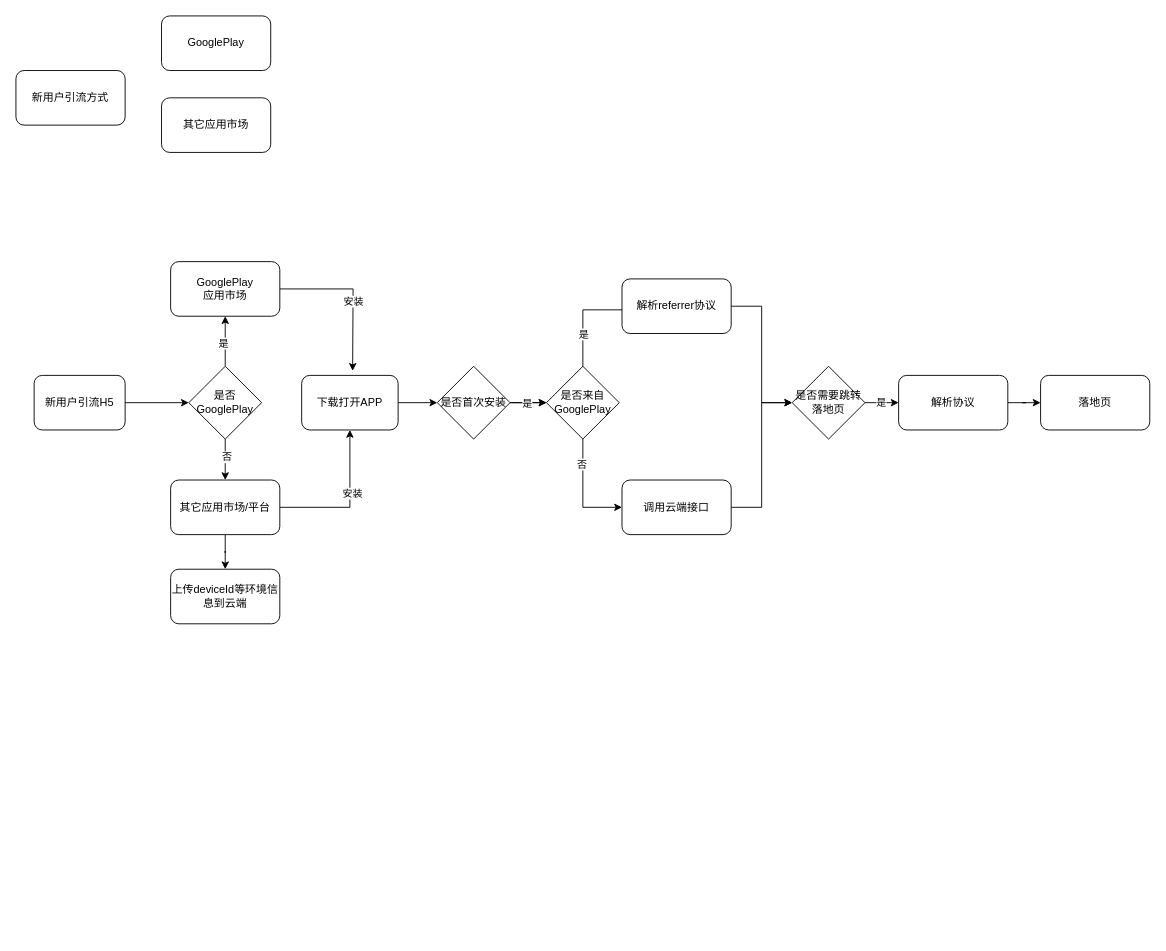
This is newuser_flow.drawio from hardygege/work, a draw.io file, before an edit. Source tidied: cells renumbered, new cells numbered last; positions are measured from the earlier drawing's top-left corner, leaving out a move shared by most shapes. Both pictures are drawn from the tidied source at 91%, with x=0, y=0 at pixel (15, 15).
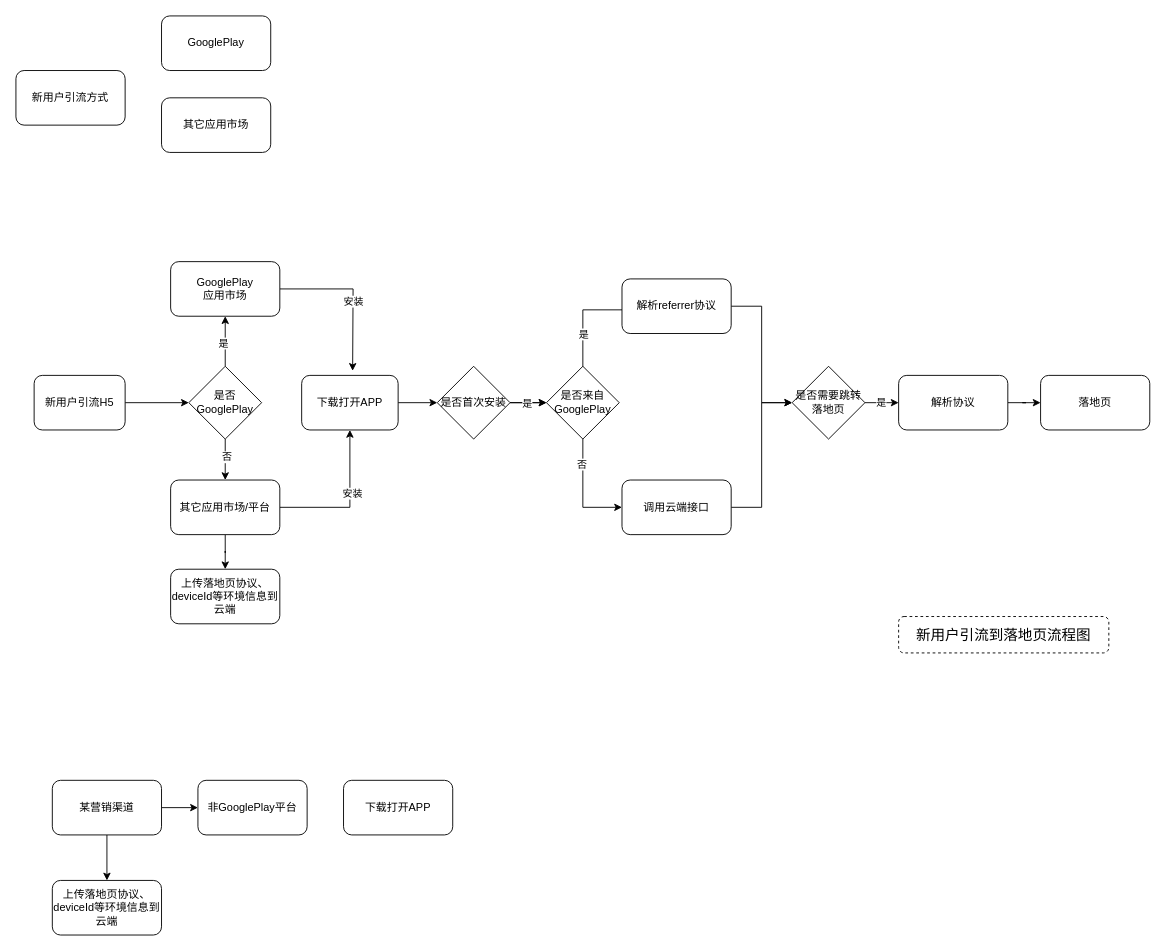
After the change.

Change to the diagram source:
```diff
@@
-    <mxCell id="28" value="上传deviceId等环境信息到云端" style="rounded=1;whiteSpace=wrap;html=1;" parent="1" vertex="1">
+    <mxCell id="28" value="上传落地页协议、deviceId等环境信息到云端" style="rounded=1;whiteSpace=wrap;html=1;" parent="1" vertex="1">
       <mxGeometry x="170" y="608" width="120" height="60" as="geometry" />
     </mxCell>
@@
+    <mxCell id="40" style="edgeStyle=orthogonalEdgeStyle;rounded=0;jettySize=auto;html=1;" parent="1" edge="1" source="42" target="44">
+      <mxGeometry relative="1" as="geometry" />
+    </mxCell>
+    <mxCell id="41" style="edgeStyle=orthogonalEdgeStyle;rounded=0;jettySize=auto;html=1;" parent="1" edge="1" source="42" target="45">
+      <mxGeometry relative="1" as="geometry" />
+    </mxCell>
+    <mxCell id="42" value="某营销渠道" style="rounded=1;whiteSpace=wrap;html=1;" parent="1" vertex="1">
+      <mxGeometry x="40" y="840" width="120" height="60" as="geometry" />
+    </mxCell>
+    <mxCell id="43" value="&lt;font style=&quot;font-size: 16px&quot;&gt;新用户引流到落地页流程图&lt;/font&gt;" style="rounded=1;whiteSpace=wrap;html=1;dashed=1;" parent="1" vertex="1">
+      <mxGeometry x="970" y="660" width="231" height="40" as="geometry" />
+    </mxCell>
+    <mxCell id="44" value="上传落地页协议、deviceId等环境信息到云端" style="rounded=1;whiteSpace=wrap;html=1;" parent="1" vertex="1">
+      <mxGeometry x="40" y="950" width="120" height="60" as="geometry" />
+    </mxCell>
+    <mxCell id="45" value="非GooglePlay平台" style="rounded=1;whiteSpace=wrap;html=1;" parent="1" vertex="1">
+      <mxGeometry x="200" y="840" width="120" height="60" as="geometry" />
+    </mxCell>
+    <mxCell id="46" value="下载打开APP" style="rounded=1;whiteSpace=wrap;html=1;" parent="1" vertex="1">
+      <mxGeometry x="360" y="840" width="120" height="60" as="geometry" />
+    </mxCell>
```
